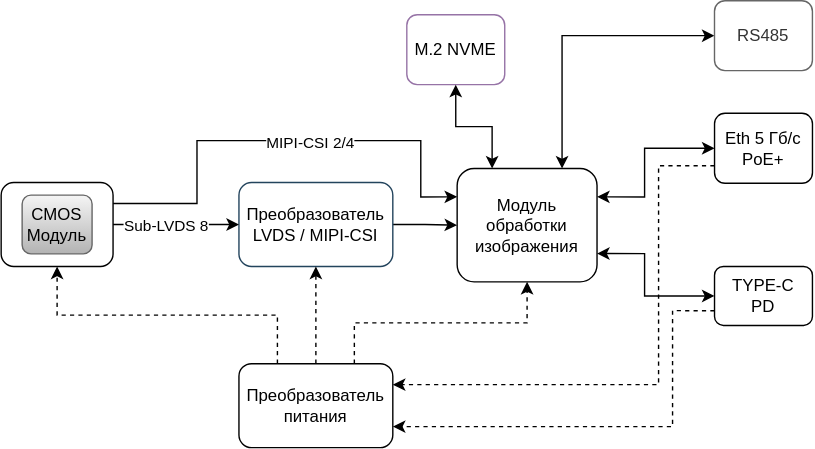
This is docs/hardware/start88_smart-camera_fbd.drawio.svg from sdyspb/reimagined-rk3588, a draw.io export, as it was before one commit. Source tidied: cells renumbered, new cells last; positions are measured from the earlier drawing's top-left corner, leaving out a move shared by most shapes.
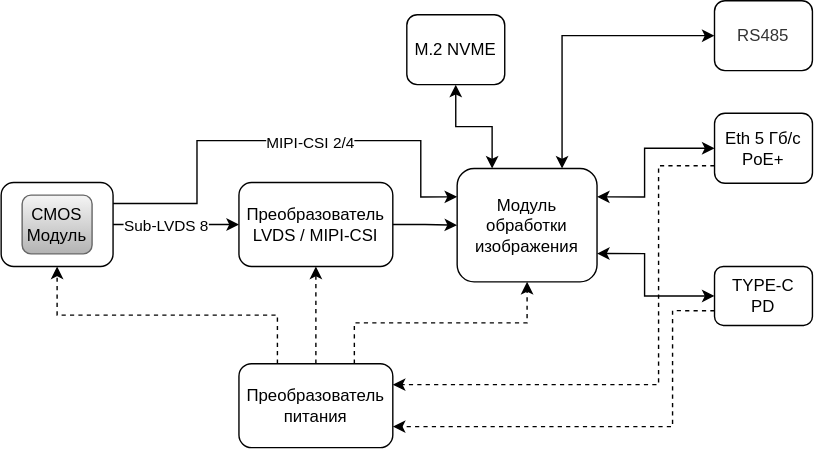
Above is the later version.

What changed in the source:
```diff
@@ -1,4 +1,4 @@
-<mxGraphModel>
+<mxGraphModel background="#ffffff">
   <root>
     <mxCell id="0" />
     <mxCell id="1" parent="0" />
@@ -46,7 +46,7 @@
     <mxCell id="9" style="edgeStyle=orthogonalEdgeStyle;rounded=0;jettySize=auto;html=1;exitX=0.5;exitY=0;exitDx=0;exitDy=0;entryX=0;entryY=0.5;entryDx=0;entryDy=0;" parent="1" edge="1" source="10" target="4">
       <mxGeometry relative="1" as="geometry" />
     </mxCell>
-    <mxCell id="10" value="&lt;span style=&quot;&quot;&gt;Преобразователь&lt;/span&gt;&lt;div&gt;&lt;span style=&quot;&quot;&gt;LVDS / MIPI-CSI&lt;/span&gt;&lt;/div&gt;" style="rounded=1;whiteSpace=wrap;html=1;fillColor=none;rotation=0;direction=south;strokeColor=#23445d;" parent="1" vertex="1">
+    <mxCell id="10" value="&lt;span style=&quot;&quot;&gt;Преобразователь&lt;/span&gt;&lt;div&gt;&lt;span style=&quot;&quot;&gt;LVDS / MIPI-CSI&lt;/span&gt;&lt;/div&gt;" style="rounded=1;whiteSpace=wrap;html=1;fillColor=none;rotation=0;direction=south;strokeColor=#000000;" parent="1" vertex="1">
       <mxGeometry x="170" y="130" width="110" height="60" as="geometry" />
     </mxCell>
     <mxCell id="11" style="edgeStyle=orthogonalEdgeStyle;rounded=0;jettySize=auto;html=1;exitX=0.5;exitY=0;exitDx=0;exitDy=0;entryX=0.5;entryY=1;entryDx=0;entryDy=0;" parent="1" edge="1" source="15" target="10">
@@ -85,7 +85,7 @@
     <mxCell id="19" value="&lt;span style=&quot;&quot;&gt;Преобразователь&lt;/span&gt;&lt;div&gt;&lt;span style=&quot;&quot;&gt;питания&lt;/span&gt;&lt;/div&gt;" style="rounded=1;whiteSpace=wrap;html=1;fillColor=none;rotation=0;direction=south;strokeColor=#000000;" parent="1" vertex="1">
       <mxGeometry x="170" y="259.5" width="110" height="60" as="geometry" />
     </mxCell>
-    <mxCell id="20" value="M.2 NVME" style="rounded=1;whiteSpace=wrap;html=1;fontSize=12;verticalAlign=middle;fillColor=none;strokeColor=#9673a6;direction=west;horizontal=1;" parent="1" vertex="1">
+    <mxCell id="20" value="M.2 NVME" style="rounded=1;whiteSpace=wrap;html=1;fontSize=12;verticalAlign=middle;fillColor=none;strokeColor=#000000;direction=west;horizontal=1;" parent="1" vertex="1">
       <mxGeometry x="290" y="10" width="70" height="50" as="geometry" />
     </mxCell>
     <mxCell id="21" style="edgeStyle=orthogonalEdgeStyle;rounded=0;jettySize=auto;html=1;entryX=0.25;entryY=0;entryDx=0;entryDy=0;startArrow=classic;startFill=1;exitX=0.5;exitY=0;exitDx=0;exitDy=0;" parent="1" edge="1" source="20" target="4">
@@ -94,7 +94,7 @@
     <mxCell id="22" style="edgeStyle=orthogonalEdgeStyle;rounded=0;jettySize=auto;html=1;exitX=1;exitY=0.5;exitDx=0;exitDy=0;entryX=0.75;entryY=0;entryDx=0;entryDy=0;startArrow=classic;startFill=1;" parent="1" edge="1" source="23" target="4">
       <mxGeometry relative="1" as="geometry" />
     </mxCell>
-    <mxCell id="23" value="RS485" style="rounded=1;whiteSpace=wrap;html=1;fontSize=12;verticalAlign=middle;fillColor=none;fontColor=#333333;strokeColor=#666666;direction=west;horizontal=1;" parent="1" vertex="1">
+    <mxCell id="23" value="RS485" style="rounded=1;whiteSpace=wrap;html=1;fontSize=12;verticalAlign=middle;fillColor=none;fontColor=#333333;strokeColor=#000000;direction=west;horizontal=1;" parent="1" vertex="1">
       <mxGeometry x="510" width="70" height="50" as="geometry" />
     </mxCell>
     <mxCell id="24" value="CMOS&lt;div&gt;Модуль&lt;/div&gt;" style="rounded=1;whiteSpace=wrap;html=1;fillColor=#f5f5f5;strokeColor=#666666;gradientColor=#b3b3b3;" parent="1" vertex="1">
```
